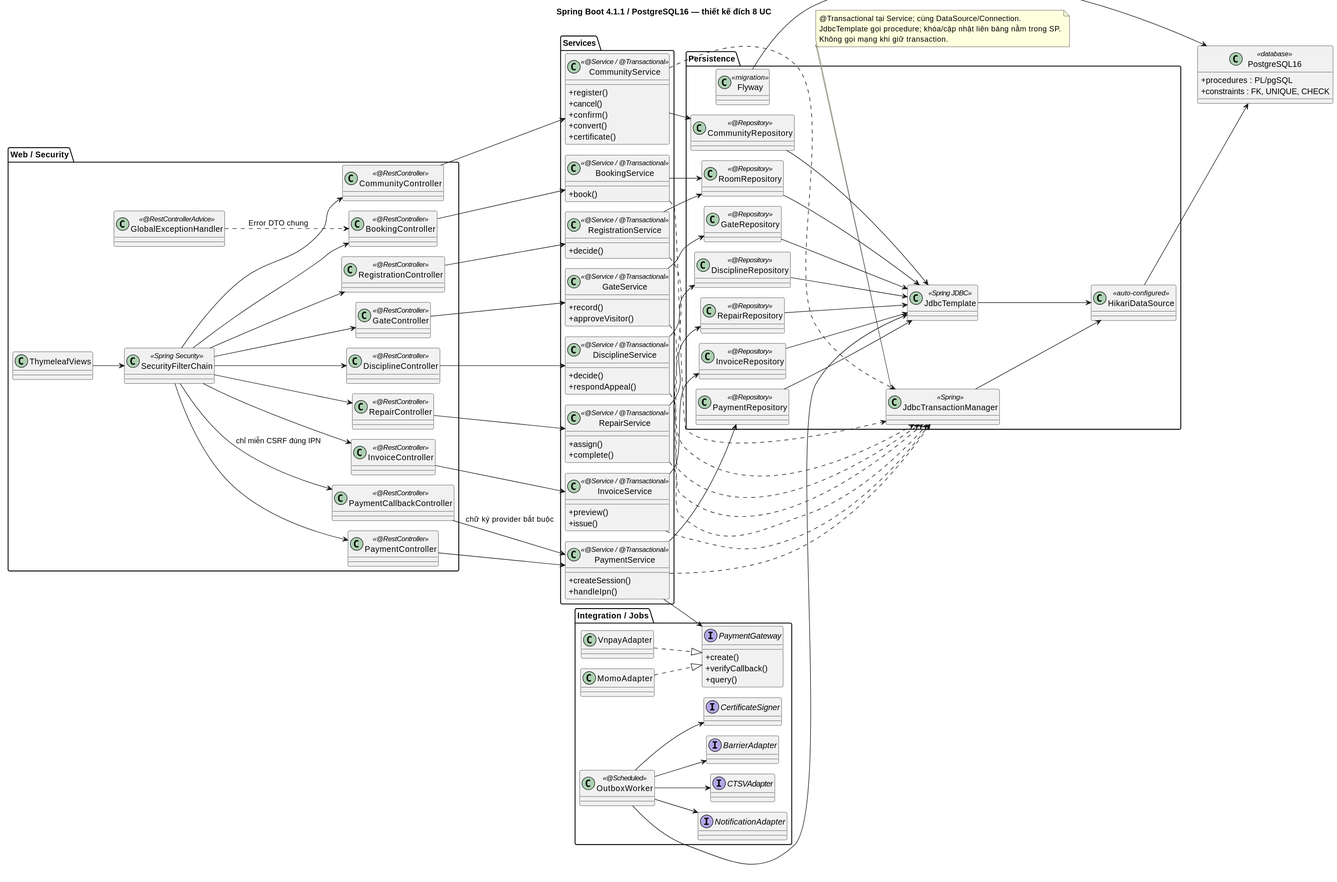
Above: docs/demo/class-diagrams/architecture.svg in caohoangphucs/hoc-cnpm (PlantUML), before the change.
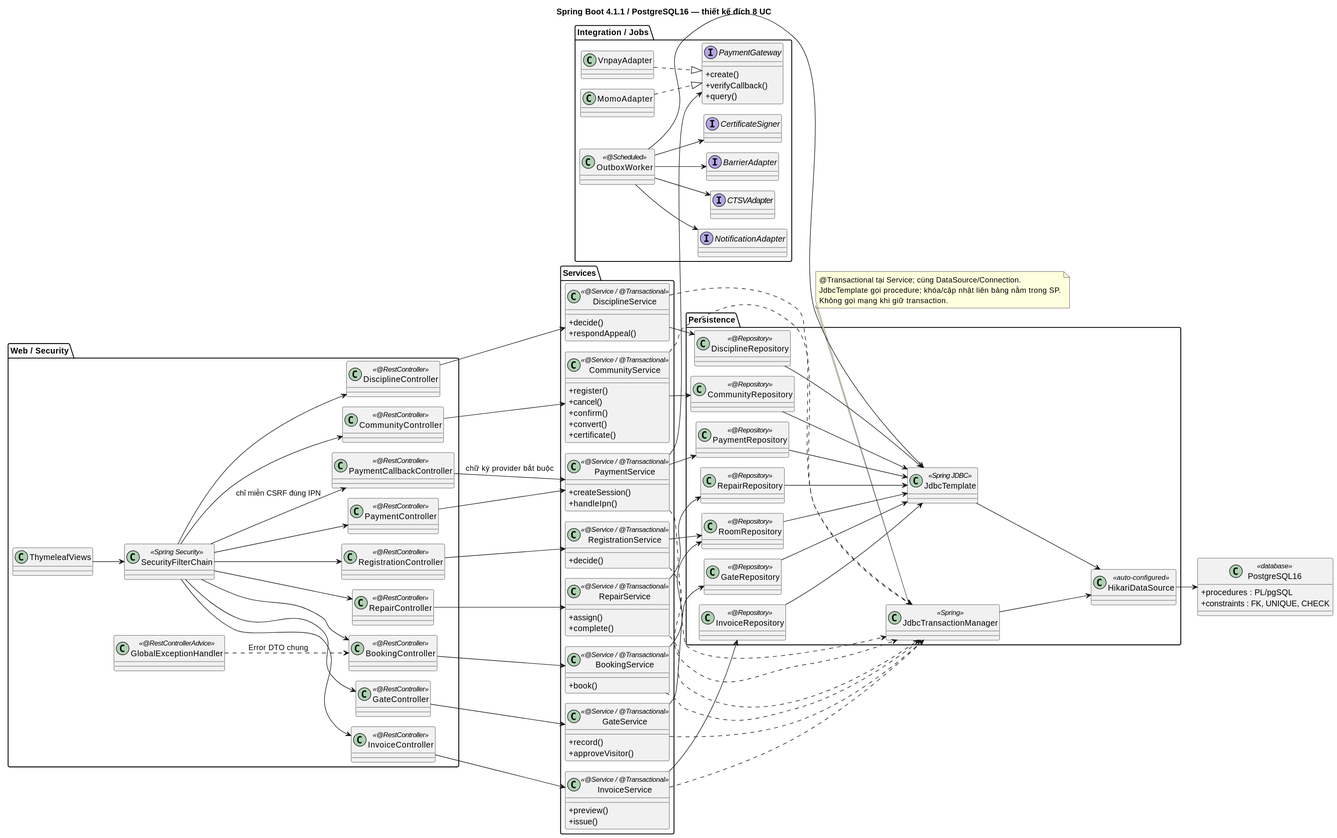
The same diagram one commit later.

The edit, as a diff of the source:
```diff
@@ -63,7 +63,6 @@
  class JdbcTemplate <<Spring JDBC>>
  class JdbcTransactionManager <<Spring>>
  class HikariDataSource <<auto-configured>>
- class Flyway <<migration>>
 }
 package "Integration / Jobs" {
  interface PaymentGateway {
@@ -131,7 +130,6 @@
 JdbcTemplate --> HikariDataSource
 JdbcTransactionManager --> HikariDataSource
 HikariDataSource --> PostgreSQL16
-Flyway --> PostgreSQL16
 OutboxWorker --> JdbcTemplate
 OutboxWorker --> NotificationAdapter
 OutboxWorker --> CTSVAdapter
```
